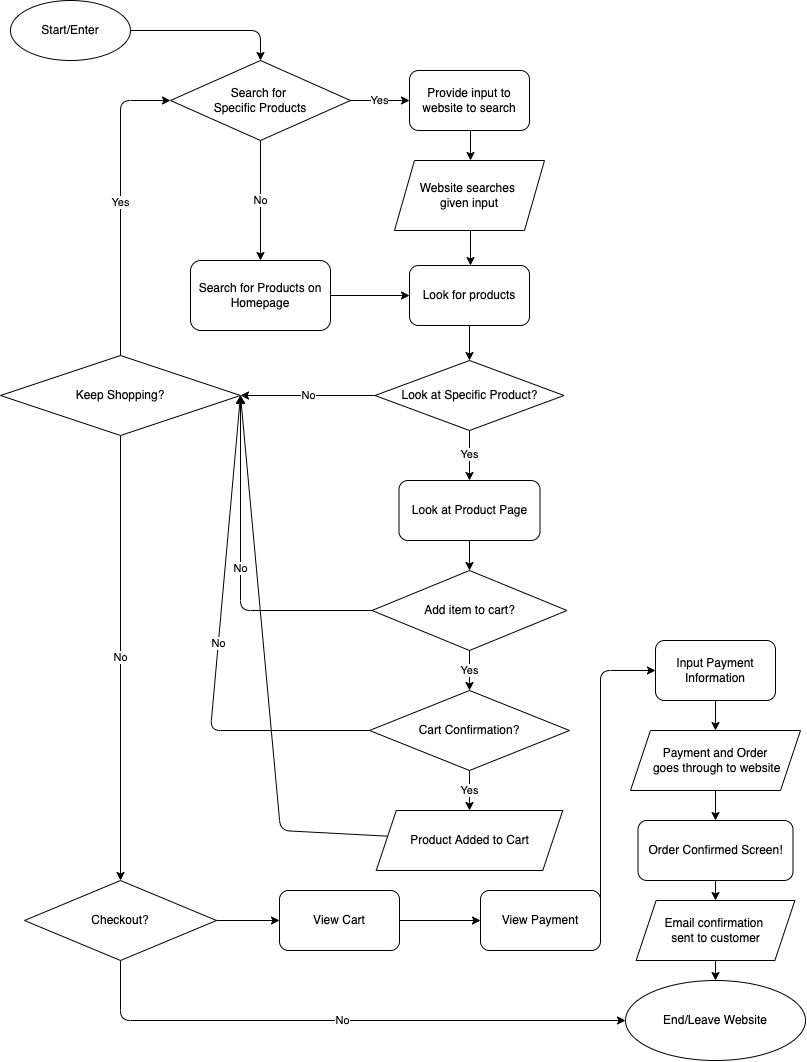
This is explore/diagramming/diagram.drawio.png from e81786/sp23-cse110-lab4, a draw.io export, as it was before one commit. Source tidied: cells renumbered, new cells last; positions are measured from the earlier drawing's top-left corner, leaving out a move shared by most shapes.
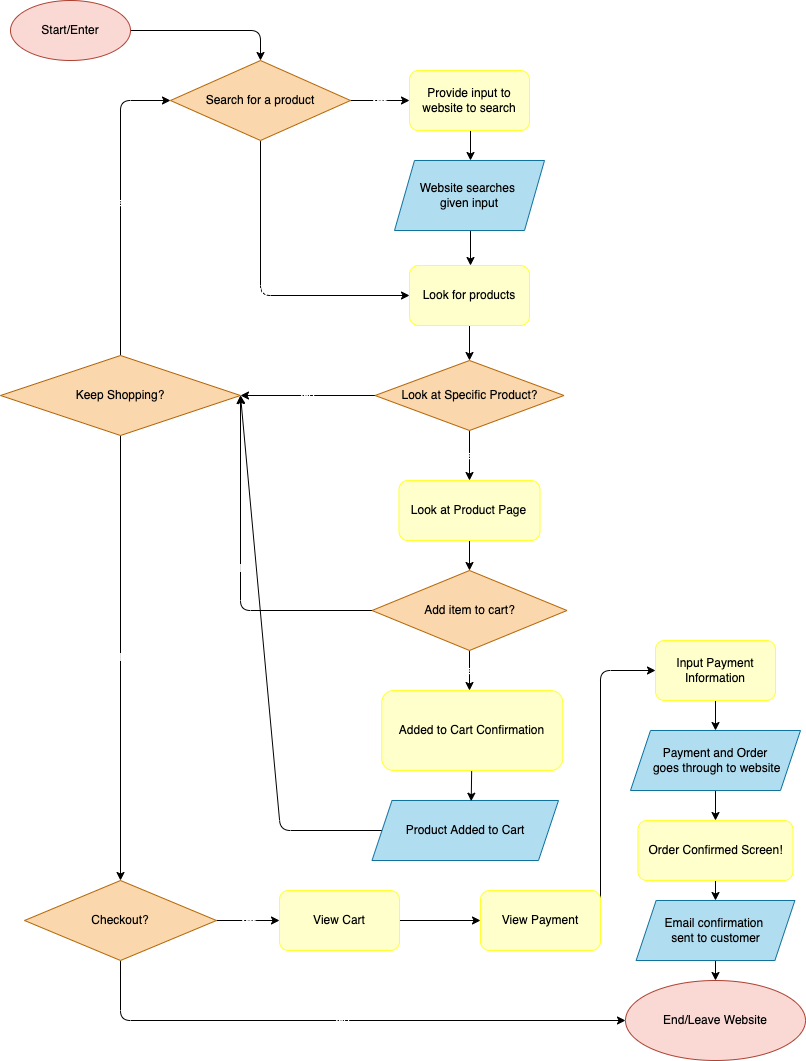
Above is the later version.

What changed in the source:
```diff
@@ -2,174 +2,167 @@
   <root>
     <mxCell id="0" />
     <mxCell id="1" parent="0" />
-    <mxCell id="2" style="edgeStyle=none;html=1;entryX=0.5;entryY=0;entryDx=0;entryDy=0;" parent="1" edge="1" source="3" target="6">
+    <mxCell id="2" style="edgeStyle=none;html=1;entryX=0.5;entryY=0;entryDx=0;entryDy=0;labelBorderColor=none;labelBackgroundColor=none;fontColor=#000000;" parent="1" edge="1" source="3" target="6">
       <mxGeometry relative="1" as="geometry">
         <Array as="points">
           <mxPoint x="260" y="30" />
         </Array>
       </mxGeometry>
     </mxCell>
-    <mxCell id="3" value="Start/Enter" style="ellipse;whiteSpace=wrap;html=1;" parent="1" vertex="1">
+    <mxCell id="3" value="Start/Enter" style="ellipse;whiteSpace=wrap;html=1;fillColor=#fad9d5;strokeColor=#ae4132;fontColor=#000000;labelBorderColor=none;labelBackgroundColor=none;" parent="1" vertex="1">
       <mxGeometry x="10" width="120" height="60" as="geometry" />
     </mxCell>
-    <mxCell id="4" value="No" style="edgeStyle=none;html=1;entryX=0.5;entryY=0;entryDx=0;entryDy=0;" parent="1" edge="1" source="6" target="8">
-      <mxGeometry relative="1" as="geometry" />
+    <mxCell id="4" value="No" style="edgeStyle=none;html=1;entryX=0;entryY=0.5;entryDx=0;entryDy=0;labelBorderColor=none;labelBackgroundColor=none;fontColor=#FFFFFF;" parent="1" edge="1" source="6" target="14">
+      <mxGeometry relative="1" as="geometry">
+        <Array as="points">
+          <mxPoint x="260" y="295" />
+        </Array>
+      </mxGeometry>
     </mxCell>
-    <mxCell id="5" value="Yes" style="edgeStyle=none;html=1;exitX=1;exitY=0.5;exitDx=0;exitDy=0;entryX=0;entryY=0.5;entryDx=0;entryDy=0;" parent="1" edge="1" source="6" target="10">
-      <mxGeometry relative="1" as="geometry" />
+    <mxCell id="5" value="Yes" style="edgeStyle=none;html=1;exitX=1;exitY=0.5;exitDx=0;exitDy=0;entryX=0;entryY=0.5;entryDx=0;entryDy=0;labelBorderColor=none;labelBackgroundColor=none;fontColor=#FFFFFF;" parent="1" edge="1" source="6" target="10">
+      <mxGeometry x="-0.01" relative="1" as="geometry" />
     </mxCell>
-    <mxCell id="6" value="Search for &lt;br&gt;Specific Products" style="rhombus;whiteSpace=wrap;html=1;" parent="1" vertex="1">
+    <mxCell id="6" value="Search for a product" style="rhombus;whiteSpace=wrap;html=1;labelBorderColor=none;labelBackgroundColor=none;fillColor=#fad7ac;strokeColor=#b46504;fontColor=#000000;" parent="1" vertex="1">
       <mxGeometry x="170" y="60" width="180" height="80" as="geometry" />
     </mxCell>
-    <mxCell id="7" style="edgeStyle=none;html=1;entryX=0;entryY=0.5;entryDx=0;entryDy=0;" parent="1" edge="1" source="8" target="14">
-      <mxGeometry relative="1" as="geometry" />
-    </mxCell>
-    <mxCell id="8" value="Search for Products on Homepage" style="rounded=1;whiteSpace=wrap;html=1;" parent="1" vertex="1">
-      <mxGeometry x="190" y="260" width="140" height="70" as="geometry" />
-    </mxCell>
-    <mxCell id="9" style="edgeStyle=none;html=1;" parent="1" edge="1">
+    <mxCell id="9" style="edgeStyle=none;html=1;labelBorderColor=none;labelBackgroundColor=none;fontColor=#000000;" parent="1" edge="1">
       <mxGeometry relative="1" as="geometry">
         <mxPoint x="470" y="130" as="sourcePoint" />
         <mxPoint x="470" y="160" as="targetPoint" />
       </mxGeometry>
     </mxCell>
-    <mxCell id="10" value="Provide input to website to search" style="rounded=1;whiteSpace=wrap;html=1;" parent="1" vertex="1">
+    <mxCell id="10" value="Provide input to website to search" style="rounded=1;whiteSpace=wrap;html=1;labelBorderColor=none;labelBackgroundColor=none;fillColor=#FFFFCC;strokeColor=#FFFF33;fontColor=#000000;" parent="1" vertex="1">
       <mxGeometry x="409" y="70" width="120" height="60" as="geometry" />
     </mxCell>
-    <mxCell id="11" style="edgeStyle=none;html=1;exitX=0.5;exitY=1;exitDx=0;exitDy=0;entryX=0.5;entryY=0;entryDx=0;entryDy=0;" parent="1" edge="1">
+    <mxCell id="11" style="edgeStyle=none;html=1;exitX=0.5;exitY=1;exitDx=0;exitDy=0;entryX=0.5;entryY=0;entryDx=0;entryDy=0;labelBorderColor=none;labelBackgroundColor=none;fontColor=#000000;" parent="1" edge="1">
       <mxGeometry relative="1" as="geometry">
         <mxPoint x="470" y="230" as="sourcePoint" />
         <mxPoint x="470" y="265" as="targetPoint" />
       </mxGeometry>
     </mxCell>
-    <mxCell id="12" value="Website searches &lt;br&gt;given input" style="shape=parallelogram;perimeter=parallelogramPerimeter;whiteSpace=wrap;html=1;fixedSize=1;" parent="1" vertex="1">
+    <mxCell id="12" value="Website searches &lt;br&gt;given input" style="shape=parallelogram;perimeter=parallelogramPerimeter;whiteSpace=wrap;html=1;fixedSize=1;labelBorderColor=none;labelBackgroundColor=none;fillColor=#b1ddf0;strokeColor=#10739e;fontColor=#000000;" parent="1" vertex="1">
       <mxGeometry x="394" y="160" width="150" height="70" as="geometry" />
     </mxCell>
-    <mxCell id="13" style="edgeStyle=none;html=1;entryX=0.5;entryY=0;entryDx=0;entryDy=0;" parent="1" edge="1" source="14" target="26">
+    <mxCell id="13" style="edgeStyle=none;html=1;entryX=0.5;entryY=0;entryDx=0;entryDy=0;labelBorderColor=none;labelBackgroundColor=none;fontColor=#000000;" parent="1" edge="1" source="14" target="26">
       <mxGeometry relative="1" as="geometry" />
     </mxCell>
-    <mxCell id="14" value="Look for products" style="rounded=1;whiteSpace=wrap;html=1;" parent="1" vertex="1">
+    <mxCell id="14" value="Look for products" style="rounded=1;whiteSpace=wrap;html=1;labelBorderColor=none;labelBackgroundColor=none;fillColor=#FFFFCC;strokeColor=#FFFF33;fontColor=#000000;" parent="1" vertex="1">
       <mxGeometry x="409" y="265" width="120" height="60" as="geometry" />
     </mxCell>
-    <mxCell id="15" value="Yes" style="edgeStyle=none;html=1;entryX=0.5;entryY=0;entryDx=0;entryDy=0;" parent="1" edge="1" source="17" target="23">
-      <mxGeometry relative="1" as="geometry" />
+    <mxCell id="15" value="Yes" style="edgeStyle=none;html=1;entryX=0.5;entryY=0;entryDx=0;entryDy=0;labelBorderColor=none;labelBackgroundColor=none;fontColor=#FFFFFF;" parent="1" edge="1" source="17">
+      <mxGeometry relative="1" as="geometry">
+        <mxPoint x="469" y="690" as="targetPoint" />
+      </mxGeometry>
     </mxCell>
-    <mxCell id="16" value="No" style="edgeStyle=none;html=1;entryX=1;entryY=0.5;entryDx=0;entryDy=0;" parent="1" edge="1" source="17" target="20">
+    <mxCell id="16" value="No" style="edgeStyle=none;html=1;entryX=1;entryY=0.5;entryDx=0;entryDy=0;labelBorderColor=none;labelBackgroundColor=none;fontColor=#FFFFFF;" parent="1" edge="1" source="17" target="20">
       <mxGeometry relative="1" as="geometry">
         <Array as="points">
           <mxPoint x="240" y="610" />
         </Array>
       </mxGeometry>
     </mxCell>
-    <mxCell id="17" value="Add item to cart?" style="rhombus;whiteSpace=wrap;html=1;" parent="1" vertex="1">
+    <mxCell id="17" value="Add item to cart?" style="rhombus;whiteSpace=wrap;html=1;labelBorderColor=none;labelBackgroundColor=none;fillColor=#fad7ac;strokeColor=#b46504;fontColor=#000000;" parent="1" vertex="1">
       <mxGeometry x="371.5" y="570" width="195" height="80" as="geometry" />
     </mxCell>
-    <mxCell id="18" value="Yes" style="edgeStyle=none;html=1;entryX=0;entryY=0.5;entryDx=0;entryDy=0;" parent="1" edge="1" source="20" target="6">
+    <mxCell id="18" value="Yes" style="edgeStyle=none;html=1;entryX=0;entryY=0.5;entryDx=0;entryDy=0;labelBorderColor=none;labelBackgroundColor=none;fontColor=#FFFFFF;" parent="1" edge="1" source="20" target="6">
       <mxGeometry relative="1" as="geometry">
         <Array as="points">
           <mxPoint x="120" y="100" />
         </Array>
       </mxGeometry>
     </mxCell>
-    <mxCell id="19" value="No" style="edgeStyle=none;html=1;entryX=0.5;entryY=0;entryDx=0;entryDy=0;" parent="1" edge="1" source="20" target="33">
+    <mxCell id="19" value="No" style="edgeStyle=none;html=1;entryX=0.5;entryY=0;entryDx=0;entryDy=0;labelBorderColor=none;labelBackgroundColor=none;fontColor=#FFFFFF;" parent="1" edge="1" source="20" target="33">
       <mxGeometry relative="1" as="geometry" />
     </mxCell>
-    <mxCell id="20" value="Keep Shopping?" style="rhombus;whiteSpace=wrap;html=1;" parent="1" vertex="1">
+    <mxCell id="20" value="Keep Shopping?" style="rhombus;whiteSpace=wrap;html=1;labelBorderColor=none;labelBackgroundColor=none;fillColor=#fad7ac;strokeColor=#b46504;fontColor=#000000;" parent="1" vertex="1">
       <mxGeometry y="355" width="240" height="80" as="geometry" />
     </mxCell>
-    <mxCell id="21" value="No" style="edgeStyle=none;html=1;entryX=1;entryY=0.5;entryDx=0;entryDy=0;" parent="1" edge="1" source="23" target="20">
-      <mxGeometry relative="1" as="geometry">
-        <Array as="points">
-          <mxPoint x="210" y="730" />
-        </Array>
-      </mxGeometry>
-    </mxCell>
-    <mxCell id="22" value="Yes" style="edgeStyle=none;html=1;entryX=0.5;entryY=0;entryDx=0;entryDy=0;" parent="1" edge="1" source="23" target="30">
-      <mxGeometry relative="1" as="geometry" />
-    </mxCell>
-    <mxCell id="23" value="Cart Confirmation?" style="rhombus;whiteSpace=wrap;html=1;" parent="1" vertex="1">
-      <mxGeometry x="369" y="690" width="200" height="80" as="geometry" />
-    </mxCell>
-    <mxCell id="24" value="No" style="edgeStyle=none;html=1;exitX=0;exitY=0.5;exitDx=0;exitDy=0;entryX=1;entryY=0.5;entryDx=0;entryDy=0;" parent="1" edge="1" source="26" target="20">
+    <mxCell id="24" value="No" style="edgeStyle=none;html=1;exitX=0;exitY=0.5;exitDx=0;exitDy=0;entryX=1;entryY=0.5;entryDx=0;entryDy=0;labelBorderColor=none;labelBackgroundColor=none;fontColor=#FFFFFF;" parent="1" edge="1" source="26" target="20">
       <mxGeometry relative="1" as="geometry" />
     </mxCell>
-    <mxCell id="25" value="Yes&lt;br&gt;" style="edgeStyle=none;html=1;entryX=0.5;entryY=0;entryDx=0;entryDy=0;" parent="1" edge="1" source="26" target="28">
+    <mxCell id="25" value="Yes&lt;br&gt;" style="edgeStyle=none;html=1;entryX=0.5;entryY=0;entryDx=0;entryDy=0;labelBorderColor=none;labelBackgroundColor=none;fontColor=#FFFFFF;" parent="1" edge="1" source="26" target="28">
       <mxGeometry relative="1" as="geometry" />
     </mxCell>
-    <mxCell id="26" value="Look at Specific Product?" style="rhombus;whiteSpace=wrap;html=1;" parent="1" vertex="1">
+    <mxCell id="26" value="Look at Specific Product?" style="rhombus;whiteSpace=wrap;html=1;labelBorderColor=none;labelBackgroundColor=none;fillColor=#fad7ac;strokeColor=#b46504;fontColor=#000000;" parent="1" vertex="1">
       <mxGeometry x="374.5" y="360" width="189" height="70" as="geometry" />
     </mxCell>
-    <mxCell id="27" style="edgeStyle=none;html=1;entryX=0.5;entryY=0;entryDx=0;entryDy=0;" parent="1" edge="1" source="28" target="17">
+    <mxCell id="27" style="edgeStyle=none;html=1;entryX=0.5;entryY=0;entryDx=0;entryDy=0;labelBorderColor=none;labelBackgroundColor=none;fontColor=#000000;" parent="1" edge="1" source="28" target="17">
       <mxGeometry relative="1" as="geometry" />
     </mxCell>
-    <mxCell id="28" value="Look at Product Page" style="rounded=1;whiteSpace=wrap;html=1;" parent="1" vertex="1">
+    <mxCell id="28" value="Look at Product Page" style="rounded=1;whiteSpace=wrap;html=1;labelBorderColor=none;labelBackgroundColor=none;fillColor=#FFFFCC;strokeColor=#FFFF33;fontColor=#000000;" parent="1" vertex="1">
       <mxGeometry x="398.5" y="480" width="141" height="60" as="geometry" />
     </mxCell>
-    <mxCell id="29" style="edgeStyle=none;html=1;entryX=1;entryY=0.5;entryDx=0;entryDy=0;" parent="1" edge="1" source="30" target="20">
+    <mxCell id="29" style="edgeStyle=none;html=1;entryX=1;entryY=0.5;entryDx=0;entryDy=0;labelBorderColor=none;labelBackgroundColor=none;fontColor=#FFFFFF;" parent="1" edge="1" source="30" target="20">
       <mxGeometry relative="1" as="geometry">
         <Array as="points">
           <mxPoint x="280" y="830" />
         </Array>
       </mxGeometry>
     </mxCell>
-    <mxCell id="30" value="Product Added to Cart" style="shape=parallelogram;perimeter=parallelogramPerimeter;whiteSpace=wrap;html=1;fixedSize=1;" parent="1" vertex="1">
-      <mxGeometry x="375.8" y="810" width="186.5" height="60" as="geometry" />
+    <mxCell id="30" value="Product Added to Cart" style="shape=parallelogram;perimeter=parallelogramPerimeter;whiteSpace=wrap;html=1;fixedSize=1;labelBorderColor=none;labelBackgroundColor=none;fillColor=#b1ddf0;strokeColor=#10739e;fontColor=#000000;" parent="1" vertex="1">
+      <mxGeometry x="371.5" y="800" width="186.5" height="60" as="geometry" />
     </mxCell>
-    <mxCell id="31" value="No" style="edgeStyle=none;html=1;entryX=0;entryY=0.5;entryDx=0;entryDy=0;exitX=0.5;exitY=1;exitDx=0;exitDy=0;" parent="1" edge="1" source="33" target="34">
+    <mxCell id="31" value="No" style="edgeStyle=none;html=1;entryX=0;entryY=0.5;entryDx=0;entryDy=0;exitX=0.5;exitY=1;exitDx=0;exitDy=0;labelBorderColor=none;labelBackgroundColor=none;fontColor=#FFFFFF;" parent="1" edge="1" source="33" target="34">
       <mxGeometry relative="1" as="geometry">
         <Array as="points">
           <mxPoint x="120" y="1020" />
         </Array>
       </mxGeometry>
     </mxCell>
-    <mxCell id="32" style="edgeStyle=none;html=1;entryX=0;entryY=0.5;entryDx=0;entryDy=0;" parent="1" edge="1" source="33" target="36">
+    <mxCell id="32" value="Yes" style="edgeStyle=none;html=1;entryX=0;entryY=0.5;entryDx=0;entryDy=0;labelBorderColor=none;labelBackgroundColor=none;fontColor=#FFFFFF;" parent="1" edge="1" source="33" target="36">
       <mxGeometry relative="1" as="geometry" />
     </mxCell>
-    <mxCell id="33" value="Checkout?" style="rhombus;whiteSpace=wrap;html=1;" parent="1" vertex="1">
+    <mxCell id="33" value="Checkout?" style="rhombus;whiteSpace=wrap;html=1;labelBorderColor=none;labelBackgroundColor=none;fillColor=#fad7ac;strokeColor=#b46504;fontColor=#000000;" parent="1" vertex="1">
       <mxGeometry x="24" y="880" width="192" height="80" as="geometry" />
     </mxCell>
-    <mxCell id="34" value="End/Leave Website" style="ellipse;whiteSpace=wrap;html=1;" parent="1" vertex="1">
+    <mxCell id="34" value="End/Leave Website" style="ellipse;whiteSpace=wrap;html=1;fillColor=#fad9d5;strokeColor=#ae4132;labelBorderColor=none;labelBackgroundColor=none;fontColor=#000000;" parent="1" vertex="1">
       <mxGeometry x="625" y="980" width="180" height="80" as="geometry" />
     </mxCell>
-    <mxCell id="35" style="edgeStyle=none;html=1;entryX=0;entryY=0.5;entryDx=0;entryDy=0;" parent="1" edge="1" source="36" target="38">
+    <mxCell id="35" style="edgeStyle=none;html=1;entryX=0;entryY=0.5;entryDx=0;entryDy=0;labelBorderColor=none;labelBackgroundColor=none;fontColor=#000000;" parent="1" edge="1" source="36" target="38">
       <mxGeometry relative="1" as="geometry" />
     </mxCell>
-    <mxCell id="36" value="View Cart" style="rounded=1;whiteSpace=wrap;html=1;" parent="1" vertex="1">
+    <mxCell id="36" value="View Cart" style="rounded=1;whiteSpace=wrap;html=1;labelBorderColor=none;labelBackgroundColor=none;fillColor=#FFFFCC;strokeColor=#FFFF33;fontColor=#000000;" parent="1" vertex="1">
       <mxGeometry x="279" y="890" width="120" height="60" as="geometry" />
     </mxCell>
-    <mxCell id="37" style="edgeStyle=none;html=1;entryX=0;entryY=0.5;entryDx=0;entryDy=0;exitX=1;exitY=0.5;exitDx=0;exitDy=0;" parent="1" edge="1" source="38" target="40">
+    <mxCell id="37" style="edgeStyle=none;html=1;entryX=0;entryY=0.5;entryDx=0;entryDy=0;exitX=1;exitY=0.5;exitDx=0;exitDy=0;labelBorderColor=none;labelBackgroundColor=none;fontColor=#000000;" parent="1" edge="1" source="38" target="40">
       <mxGeometry relative="1" as="geometry">
         <Array as="points">
           <mxPoint x="600" y="670" />
         </Array>
       </mxGeometry>
     </mxCell>
-    <mxCell id="38" value="View Payment" style="rounded=1;whiteSpace=wrap;html=1;" parent="1" vertex="1">
+    <mxCell id="38" value="View Payment" style="rounded=1;whiteSpace=wrap;html=1;labelBorderColor=none;labelBackgroundColor=none;fillColor=#FFFFCC;strokeColor=#FFFF33;fontColor=#000000;" parent="1" vertex="1">
       <mxGeometry x="480" y="890" width="120" height="60" as="geometry" />
     </mxCell>
-    <mxCell id="39" style="edgeStyle=none;html=1;" parent="1" edge="1" source="40" target="42">
+    <mxCell id="39" style="edgeStyle=none;html=1;labelBorderColor=none;labelBackgroundColor=none;fontColor=#000000;" parent="1" edge="1" source="40" target="42">
       <mxGeometry relative="1" as="geometry" />
     </mxCell>
-    <mxCell id="40" value="Input Payment Information" style="rounded=1;whiteSpace=wrap;html=1;" parent="1" vertex="1">
+    <mxCell id="40" value="Input Payment Information" style="rounded=1;whiteSpace=wrap;html=1;labelBorderColor=none;labelBackgroundColor=none;fillColor=#FFFFCC;strokeColor=#FFFF33;fontColor=#000000;" parent="1" vertex="1">
       <mxGeometry x="655" y="640" width="120" height="60" as="geometry" />
     </mxCell>
-    <mxCell id="41" style="edgeStyle=none;html=1;entryX=0.5;entryY=0;entryDx=0;entryDy=0;" parent="1" edge="1" source="42" target="44">
+    <mxCell id="41" style="edgeStyle=none;html=1;entryX=0.5;entryY=0;entryDx=0;entryDy=0;labelBorderColor=none;labelBackgroundColor=none;fontColor=#000000;" parent="1" edge="1" source="42" target="44">
       <mxGeometry relative="1" as="geometry" />
     </mxCell>
-    <mxCell id="42" value="Payment and Order&lt;br&gt;&amp;nbsp;goes through to website" style="shape=parallelogram;perimeter=parallelogramPerimeter;whiteSpace=wrap;html=1;fixedSize=1;" parent="1" vertex="1">
+    <mxCell id="42" value="Payment and Order&lt;br&gt;&amp;nbsp;goes through to website" style="shape=parallelogram;perimeter=parallelogramPerimeter;whiteSpace=wrap;html=1;fixedSize=1;labelBorderColor=none;labelBackgroundColor=none;fillColor=#b1ddf0;strokeColor=#10739e;fontColor=#000000;" parent="1" vertex="1">
       <mxGeometry x="630" y="730" width="170" height="60" as="geometry" />
     </mxCell>
-    <mxCell id="43" style="edgeStyle=none;html=1;entryX=0.5;entryY=0;entryDx=0;entryDy=0;" parent="1" edge="1" source="44" target="46">
+    <mxCell id="43" style="edgeStyle=none;html=1;entryX=0.5;entryY=0;entryDx=0;entryDy=0;labelBorderColor=none;labelBackgroundColor=none;fontColor=#000000;" parent="1" edge="1" source="44" target="46">
       <mxGeometry relative="1" as="geometry" />
     </mxCell>
-    <mxCell id="44" value="Order Confirmed Screen!" style="rounded=1;whiteSpace=wrap;html=1;" parent="1" vertex="1">
+    <mxCell id="44" value="Order Confirmed Screen!" style="rounded=1;whiteSpace=wrap;html=1;labelBorderColor=none;labelBackgroundColor=none;strokeColor=#FFFF33;fillColor=#FFFFCC;fontColor=#000000;" parent="1" vertex="1">
       <mxGeometry x="637.5" y="820" width="155" height="60" as="geometry" />
     </mxCell>
-    <mxCell id="45" style="edgeStyle=none;html=1;entryX=0.5;entryY=0;entryDx=0;entryDy=0;" parent="1" edge="1" source="46" target="34">
+    <mxCell id="45" style="edgeStyle=none;html=1;entryX=0.5;entryY=0;entryDx=0;entryDy=0;labelBorderColor=none;labelBackgroundColor=none;fontColor=#000000;" parent="1" edge="1" source="46" target="34">
       <mxGeometry relative="1" as="geometry" />
     </mxCell>
-    <mxCell id="46" value="Email confirmation &lt;br&gt;sent to customer" style="shape=parallelogram;perimeter=parallelogramPerimeter;whiteSpace=wrap;html=1;fixedSize=1;" parent="1" vertex="1">
+    <mxCell id="46" value="Email confirmation &lt;br&gt;sent to customer" style="shape=parallelogram;perimeter=parallelogramPerimeter;whiteSpace=wrap;html=1;fixedSize=1;labelBorderColor=none;labelBackgroundColor=none;fillColor=#b1ddf0;strokeColor=#10739e;fontColor=#000000;" parent="1" vertex="1">
       <mxGeometry x="635.6" y="900" width="158.8" height="60" as="geometry" />
     </mxCell>
+    <mxCell id="47" style="edgeStyle=none;html=1;entryX=0.532;entryY=0.012;entryDx=0;entryDy=0;entryPerimeter=0;labelBorderColor=none;labelBackgroundColor=none;fontColor=#000000;" parent="1" edge="1" source="48" target="30">
+      <mxGeometry relative="1" as="geometry" />
+    </mxCell>
+    <mxCell id="48" value="Added to Cart Confirmation" style="rounded=1;whiteSpace=wrap;html=1;labelBorderColor=none;labelBackgroundColor=none;fillColor=#FFFFCC;strokeColor=#FFFF33;fontColor=#000000;" parent="1" vertex="1">
+      <mxGeometry x="381.2" y="690" width="181" height="80" as="geometry" />
+    </mxCell>
   </root>
 </mxGraphModel>
```
